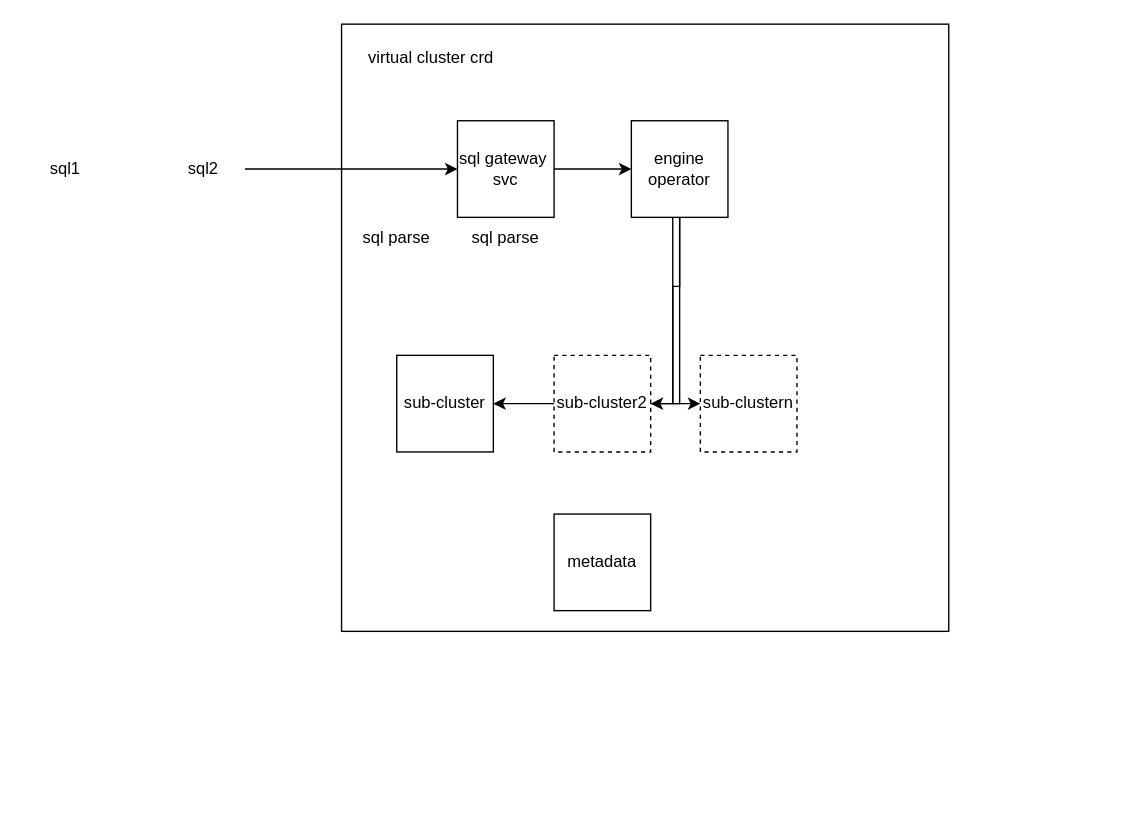
The draw.io diagram mpp弹性标准.drawio in yuhuali1989/ui, before the edit. Source tidied: cells renumbered, new cells numbered last; positions are measured from the earlier drawing's top-left corner, leaving out a move shared by most shapes. Both pictures are drawn from the tidied source at 138%, with x=0, y=0 at pixel (23, 23).
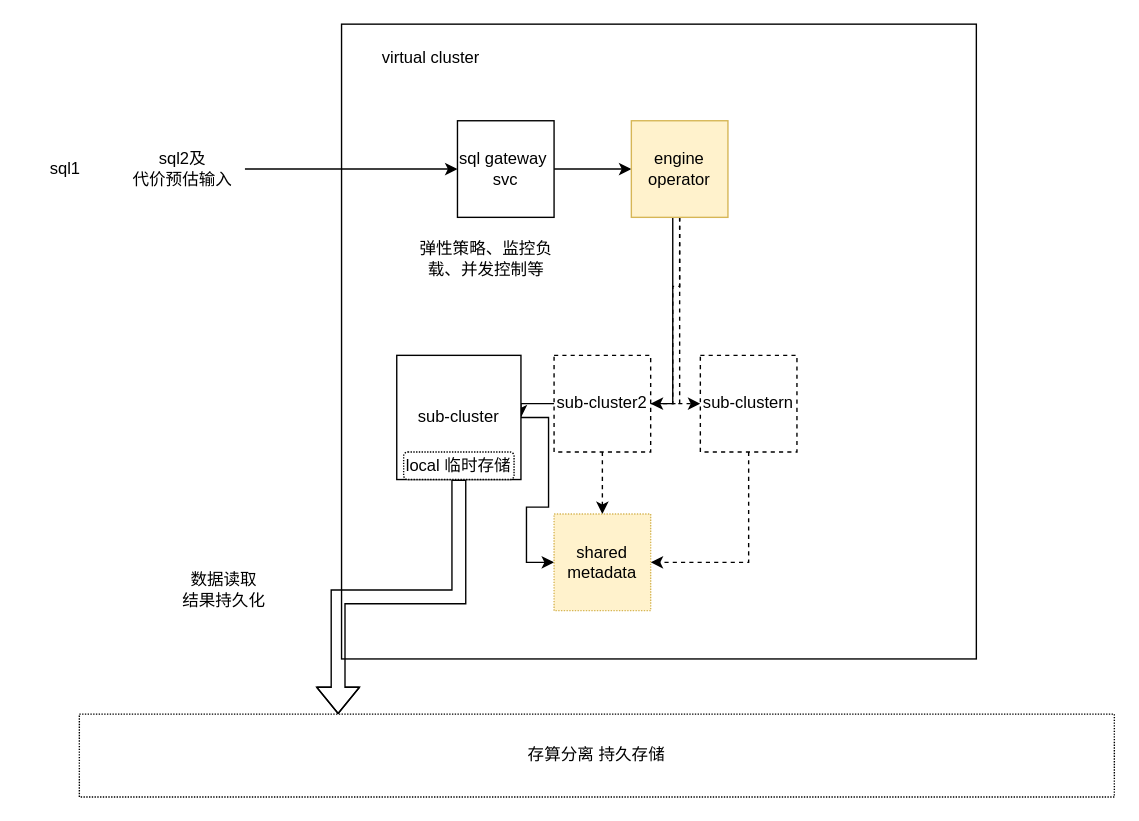
After the change.

Unchanged cells that the change refers to:
```xml
<mxCell id="11" value="sub-cluster2" style="whiteSpace=wrap;html=1;dashed=1;" parent="1" vertex="1">
  <mxGeometry x="384" y="240" width="70" height="70" as="geometry" />
</mxCell>
<mxCell id="12" value="sub-clustern" style="whiteSpace=wrap;html=1;dashed=1;" parent="1" vertex="1">
  <mxGeometry x="490" y="240" width="70" height="70" as="geometry" />
</mxCell>
```

Change to the diagram source:
```diff
@@
     <mxCell id="2" style="whiteSpace=wrap;html=1;" parent="1" vertex="1">
-      <mxGeometry x="230" width="440" height="440" as="geometry" />
+      <mxGeometry x="230" width="460" height="460" as="geometry" />
     </mxCell>
@@
-    <mxCell id="5" value="virtual cluster crd" style="text;html=1;strokeColor=none;fillColor=none;align=center;verticalAlign=middle;whiteSpace=wrap;rounded=0;" parent="1" vertex="1">
+    <mxCell id="5" value="virtual cluster" style="text;html=1;strokeColor=none;fillColor=none;align=center;verticalAlign=middle;whiteSpace=wrap;rounded=0;" parent="1" vertex="1">
       <mxGeometry x="240" y="10" width="110" height="30" as="geometry" />
     </mxCell>
@@
-    <mxCell id="7" style="edgeStyle=orthogonalEdgeStyle;rounded=0;jettySize=auto;html=1;entryX=1;entryY=0.5;entryDx=0;entryDy=0;" parent="1" edge="1" source="9" target="11">
+    <mxCell id="7" style="edgeStyle=orthogonalEdgeStyle;rounded=0;jettySize=auto;html=1;entryX=1;entryY=0.5;entryDx=0;entryDy=0;dashed=1;" parent="1" edge="1" source="9" target="11">
       <mxGeometry relative="1" as="geometry" />
     </mxCell>
-    <mxCell id="8" style="edgeStyle=orthogonalEdgeStyle;rounded=0;jettySize=auto;html=1;entryX=0;entryY=0.5;entryDx=0;entryDy=0;" parent="1" edge="1" source="9" target="12">
+    <mxCell id="8" style="edgeStyle=orthogonalEdgeStyle;rounded=0;jettySize=auto;html=1;entryX=0;entryY=0.5;entryDx=0;entryDy=0;dashed=1;" parent="1" edge="1" source="9" target="12">
       <mxGeometry relative="1" as="geometry" />
     </mxCell>
-    <mxCell id="9" value="engine operator" style="whiteSpace=wrap;html=1;" parent="1" vertex="1">
+    <mxCell id="9" value="engine operator" style="whiteSpace=wrap;html=1;fillColor=#fff2cc;strokeColor=#d6b656;" parent="1" vertex="1">
       <mxGeometry x="440" y="70" width="70" height="70" as="geometry" />
     </mxCell>
+    <mxCell id="19" style="edgeStyle=orthogonalEdgeStyle;rounded=0;jettySize=auto;html=1;entryX=0;entryY=0.5;entryDx=0;entryDy=0;" parent="1" edge="1" source="10" target="18">
+      <mxGeometry relative="1" as="geometry" />
+    </mxCell>
+    <mxCell id="20" style="edgeStyle=orthogonalEdgeStyle;rounded=0;jettySize=auto;html=1;entryX=0.25;entryY=0;entryDx=0;entryDy=0;shape=flexArrow;" parent="1" edge="1" source="10" target="24">
+      <mxGeometry relative="1" as="geometry" />
+    </mxCell>
     <mxCell id="10" value="sub-cluster" style="whiteSpace=wrap;html=1;" parent="1" vertex="1">
-      <mxGeometry x="270" y="240" width="70" height="70" as="geometry" />
+      <mxGeometry x="270" y="240" width="90" height="90" as="geometry" />
     </mxCell>
+    <mxCell id="21" style="edgeStyle=orthogonalEdgeStyle;rounded=0;jettySize=auto;html=1;dashed=1;" parent="1" edge="1" source="11" target="18">
+      <mxGeometry relative="1" as="geometry" />
+    </mxCell>
@@
+    <mxCell id="22" style="edgeStyle=orthogonalEdgeStyle;rounded=0;jettySize=auto;html=1;entryX=1;entryY=0.5;entryDx=0;entryDy=0;exitX=0.5;exitY=1;exitDx=0;exitDy=0;dashed=1;" parent="1" edge="1" source="12" target="18">
+      <mxGeometry relative="1" as="geometry" />
+    </mxCell>
@@
-    <mxCell id="15" value="sql2" style="text;html=1;strokeColor=none;fillColor=none;align=center;verticalAlign=middle;whiteSpace=wrap;rounded=0;dashed=1;" parent="1" vertex="1">
-      <mxGeometry x="100" y="90" width="60" height="30" as="geometry" />
+    <mxCell id="15" value="sql2及&lt;br&gt;代价预估输入" style="text;html=1;strokeColor=none;fillColor=none;align=center;verticalAlign=middle;whiteSpace=wrap;rounded=0;dashed=1;" parent="1" vertex="1">
+      <mxGeometry x="70" y="90" width="90" height="30" as="geometry" />
     </mxCell>
-    <mxCell id="16" value="sql parse" style="text;html=1;strokeColor=none;fillColor=none;align=center;verticalAlign=middle;whiteSpace=wrap;rounded=0;dashed=1;" parent="1" vertex="1">
-      <mxGeometry x="240" y="140" width="60" height="30" as="geometry" />
-    </mxCell>
-    <mxCell id="17" value="sql parse" style="text;html=1;strokeColor=none;fillColor=none;align=center;verticalAlign=middle;whiteSpace=wrap;rounded=0;dashed=1;" parent="1" vertex="1">
-      <mxGeometry x="319" y="140" width="60" height="30" as="geometry" />
-    </mxCell>
-    <mxCell id="18" value="metadata" style="whiteSpace=wrap;html=1;" parent="1" vertex="1">
+    <mxCell id="18" value="shared&lt;br&gt;metadata" style="whiteSpace=wrap;html=1;dashed=1;dashPattern=1 1;fillColor=#fff2cc;strokeColor=#d6b656;" parent="1" vertex="1">
       <mxGeometry x="384" y="355" width="70" height="70" as="geometry" />
     </mxCell>
+    <mxCell id="23" value="弹性策略、监控负载、并发控制等" style="text;html=1;strokeColor=none;fillColor=none;align=center;verticalAlign=middle;whiteSpace=wrap;rounded=0;dashed=1;dashPattern=1 1;" parent="1" vertex="1">
+      <mxGeometry x="280" y="140" width="110" height="60" as="geometry" />
+    </mxCell>
+    <mxCell id="24" value="存算分离 持久存储" style="rounded=0;whiteSpace=wrap;html=1;dashed=1;dashPattern=1 1;" parent="1" vertex="1">
+      <mxGeometry x="40" y="500" width="750" height="60" as="geometry" />
+    </mxCell>
+    <mxCell id="25" value="local 临时存储" style="rounded=1;whiteSpace=wrap;html=1;dashed=1;dashPattern=1 1;" parent="1" vertex="1">
+      <mxGeometry x="275" y="310" width="80" height="20" as="geometry" />
+    </mxCell>
+    <mxCell id="26" value="数据读取&lt;br&gt;结果持久化" style="text;html=1;strokeColor=none;fillColor=none;align=center;verticalAlign=middle;whiteSpace=wrap;rounded=0;dashed=1;dashPattern=1 1;" parent="1" vertex="1">
+      <mxGeometry x="100" y="395" width="90" height="30" as="geometry" />
+    </mxCell>
```
